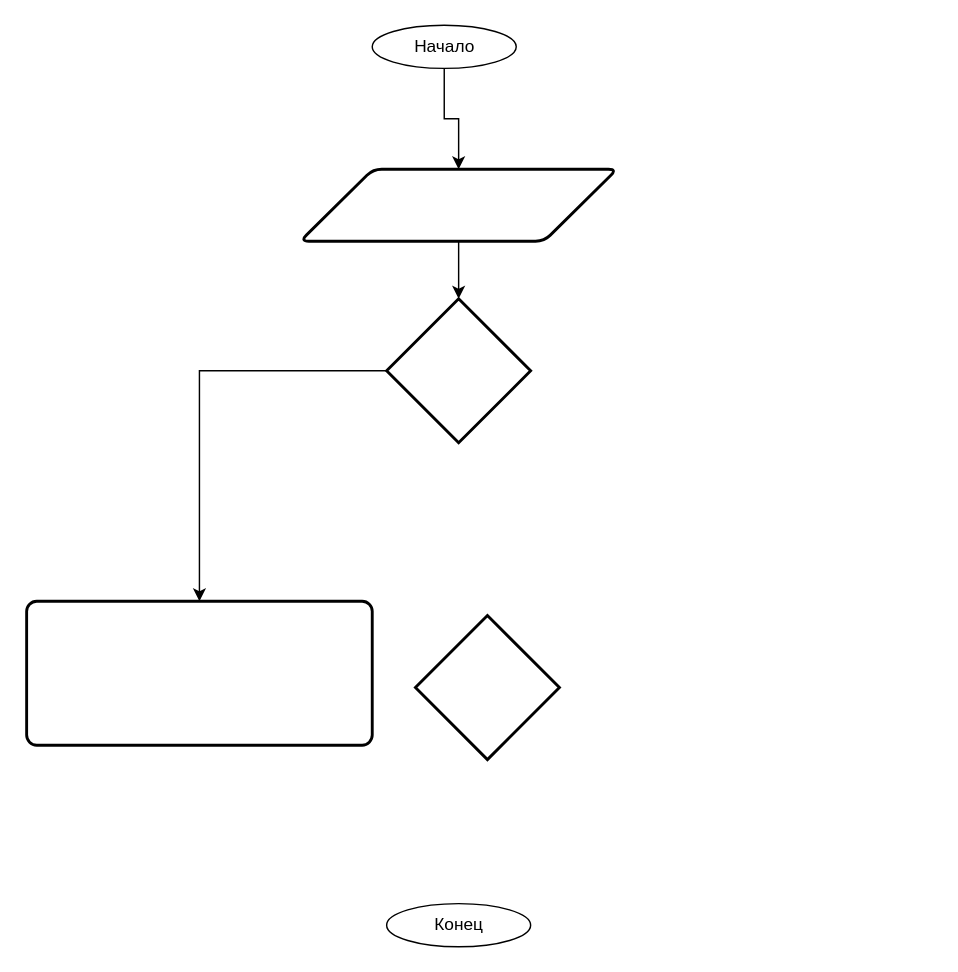
EvAnGEL0/databases keeps this draw.io diagram as Алгоритм авторизации.drawio. Above is the earlier version. Source tidied: cells renumbered, new cells numbered last; positions are measured from the earlier drawing's top-left corner, leaving out a move shared by most shapes. Both pictures are drawn from the tidied source at 144%, with x=0, y=0 at pixel (26, 24).
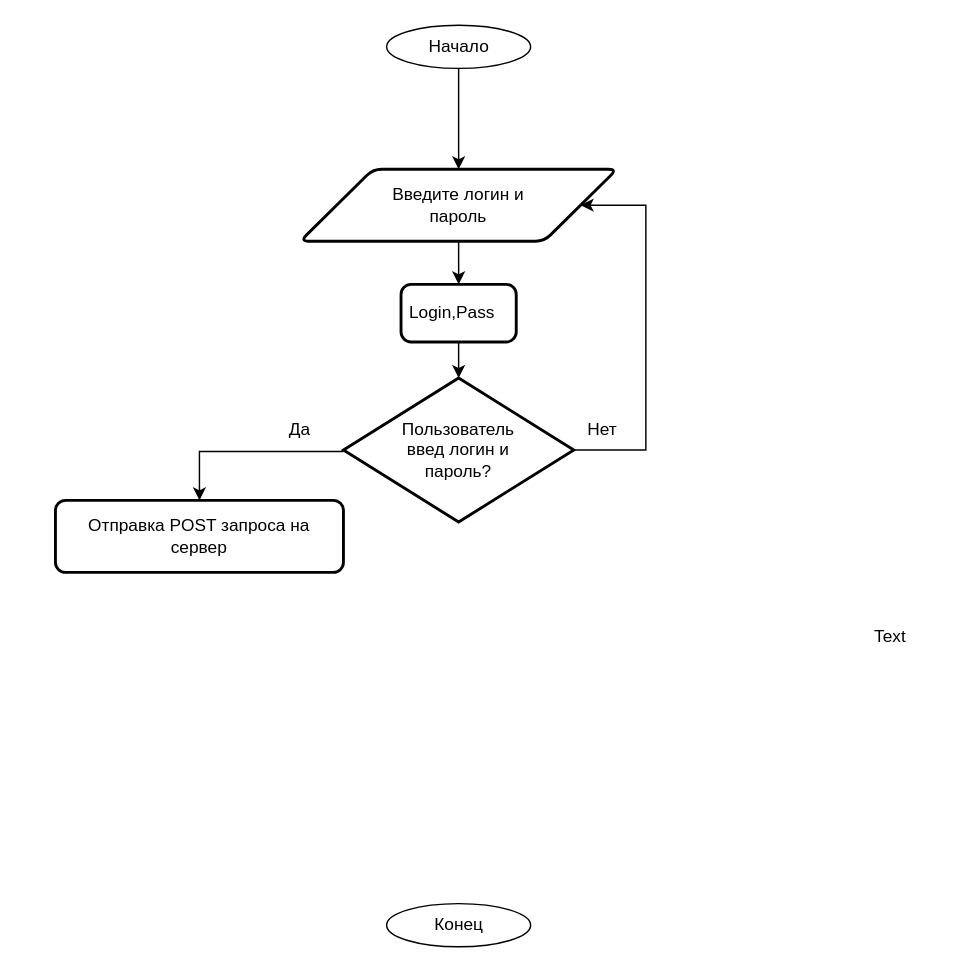
The same page after the edit.

Unchanged cells that the change refers to:
```xml
<mxCell id="8" style="shape=parallelogram;html=1;strokeWidth=2;perimeter=parallelogramPerimeter;whiteSpace=wrap;rounded=1;arcSize=12;size=0.23;" parent="1" vertex="1">
  <mxGeometry x="190" y="100" width="220" height="50" as="geometry" />
</mxCell>
```

The edit, as a diff of the source:
```diff
@@
-    <mxCell id="3" style="edgeStyle=orthogonalEdgeStyle;rounded=0;jettySize=auto;html=1;" parent="1" edge="1" source="4" target="5">
-      <mxGeometry relative="1" as="geometry" />
+    <mxCell id="3" style="edgeStyle=orthogonalEdgeStyle;rounded=0;jettySize=auto;html=1;exitX=1;exitY=1;exitDx=0;exitDy=0;" parent="1" edge="1" source="18" target="5">
+      <mxGeometry relative="1" as="geometry">
+        <Array as="points">
+          <mxPoint x="120" y="296" />
+        </Array>
+      </mxGeometry>
     </mxCell>
-    <mxCell id="4" style="strokeWidth=2;html=1;shape=mxgraph.flowchart.decision;whiteSpace=wrap;" parent="1" vertex="1">
-      <mxGeometry x="250" y="190" width="100" height="100" as="geometry" />
-    </mxCell>
-    <mxCell id="5" style="rounded=1;whiteSpace=wrap;html=1;absoluteArcSize=1;arcSize=14;strokeWidth=2;" parent="1" vertex="1">
-      <mxGeometry y="400" width="240" height="100" as="geometry" />
-    </mxCell>
-    <mxCell id="6" style="strokeWidth=2;html=1;shape=mxgraph.flowchart.decision;whiteSpace=wrap;" parent="1" vertex="1">
-      <mxGeometry x="270" y="410" width="100" height="100" as="geometry" />
-    </mxCell>
-    <mxCell id="7" style="edgeStyle=orthogonalEdgeStyle;rounded=0;jettySize=auto;html=1;" parent="1" edge="1" source="8" target="4">
-      <mxGeometry relative="1" as="geometry" />
-    </mxCell>
+    <mxCell id="15" style="edgeStyle=orthogonalEdgeStyle;rounded=0;jettySize=auto;html=1;entryX=1;entryY=0.5;entryDx=0;entryDy=0;exitX=1;exitY=0.5;exitDx=0;exitDy=0;exitPerimeter=0;" parent="1" edge="1" source="4" target="8">
+      <mxGeometry relative="1" as="geometry">
+        <Array as="points">
+          <mxPoint x="430" y="295" />
+          <mxPoint x="430" y="125" />
+        </Array>
+      </mxGeometry>
+    </mxCell>
@@
     <mxCell id="9" style="group;" parent="1" vertex="1">
-      <mxGeometry x="240" width="100" height="30" as="geometry" />
+      <mxGeometry x="250" width="100" height="30" as="geometry" />
     </mxCell>
@@
+    <mxCell id="16" style="edgeStyle=orthogonalEdgeStyle;rounded=0;jettySize=auto;html=1;" parent="1" edge="1" source="17" target="22">
+      <mxGeometry relative="1" as="geometry" />
+    </mxCell>
+    <mxCell id="17" value="Введите логин и пароль" style="text;html=1;whiteSpace=wrap;strokeColor=none;fillColor=none;align=center;verticalAlign=middle;rounded=0;" parent="1" vertex="1">
+      <mxGeometry x="240" y="100" width="120" height="50" as="geometry" />
+    </mxCell>
+    <mxCell id="18" value="Да" style="text;html=1;whiteSpace=wrap;strokeColor=none;fillColor=none;align=center;verticalAlign=middle;rounded=0;" parent="1" vertex="1">
+      <mxGeometry x="160" y="266" width="60" height="30" as="geometry" />
+    </mxCell>
+    <mxCell id="19" value="Нет" style="text;html=1;whiteSpace=wrap;strokeColor=none;fillColor=none;align=center;verticalAlign=middle;rounded=0;" parent="1" vertex="1">
+      <mxGeometry x="370" y="266" width="60" height="30" as="geometry" />
+    </mxCell>
+    <mxCell id="20" value="Text" style="text;html=1;whiteSpace=wrap;strokeColor=none;fillColor=none;align=center;verticalAlign=middle;rounded=0;" parent="1" vertex="1">
+      <mxGeometry x="570" y="410" width="60" height="30" as="geometry" />
+    </mxCell>
+    <mxCell id="21" style="group;" parent="1" vertex="1">
+      <mxGeometry x="260" y="180" width="80" height="40" as="geometry" />
+    </mxCell>
+    <mxCell id="22" style="rounded=1;whiteSpace=wrap;html=1;absoluteArcSize=1;arcSize=14;strokeWidth=2;" parent="21" vertex="1">
+      <mxGeometry width="80" height="40" as="geometry" />
+    </mxCell>
+    <mxCell id="23" value="&lt;div align=&quot;left&quot;&gt;Login,Pass&amp;nbsp;&lt;/div&gt;" style="text;html=1;whiteSpace=wrap;strokeColor=none;fillColor=none;align=left;verticalAlign=middle;rounded=0;" parent="21" vertex="1">
+      <mxGeometry x="4.4" y="8" width="71.1" height="24" as="geometry" />
+    </mxCell>
+    <mxCell id="24" style="edgeStyle=orthogonalEdgeStyle;rounded=0;jettySize=auto;html=1;entryX=0.5;entryY=0;entryDx=0;entryDy=0;entryPerimeter=0;" parent="1" edge="1" source="22" target="4">
+      <mxGeometry relative="1" as="geometry" />
+    </mxCell>
+    <mxCell id="25" style="group;" parent="1" vertex="1">
+      <mxGeometry x="220" y="245" width="160" height="100" as="geometry" />
+    </mxCell>
+    <mxCell id="4" style="strokeWidth=2;html=1;shape=mxgraph.flowchart.decision;whiteSpace=wrap;" parent="25" vertex="1">
+      <mxGeometry width="160" height="100" as="geometry" />
+    </mxCell>
+    <mxCell id="26" value="Пользователь введ логин и пароль?" style="text;html=1;whiteSpace=wrap;strokeColor=none;fillColor=none;align=center;verticalAlign=middle;rounded=0;" parent="25" vertex="1">
+      <mxGeometry x="50" y="35" width="60" height="30" as="geometry" />
+    </mxCell>
+    <mxCell id="27" style="group;" parent="1" vertex="1">
+      <mxGeometry x="20" y="330" width="200" height="50" as="geometry" />
+    </mxCell>
+    <mxCell id="5" style="rounded=1;whiteSpace=wrap;html=1;absoluteArcSize=1;arcSize=14;strokeWidth=2;" parent="27" vertex="1">
+      <mxGeometry width="200" height="50" as="geometry" />
+    </mxCell>
+    <mxCell id="28" value="Отправка POST запроса на сервер" style="text;html=1;whiteSpace=wrap;strokeColor=none;fillColor=none;align=center;verticalAlign=middle;rounded=0;" parent="27" vertex="1">
+      <mxGeometry x="10" y="10" width="180" height="30" as="geometry" />
+    </mxCell>
```
